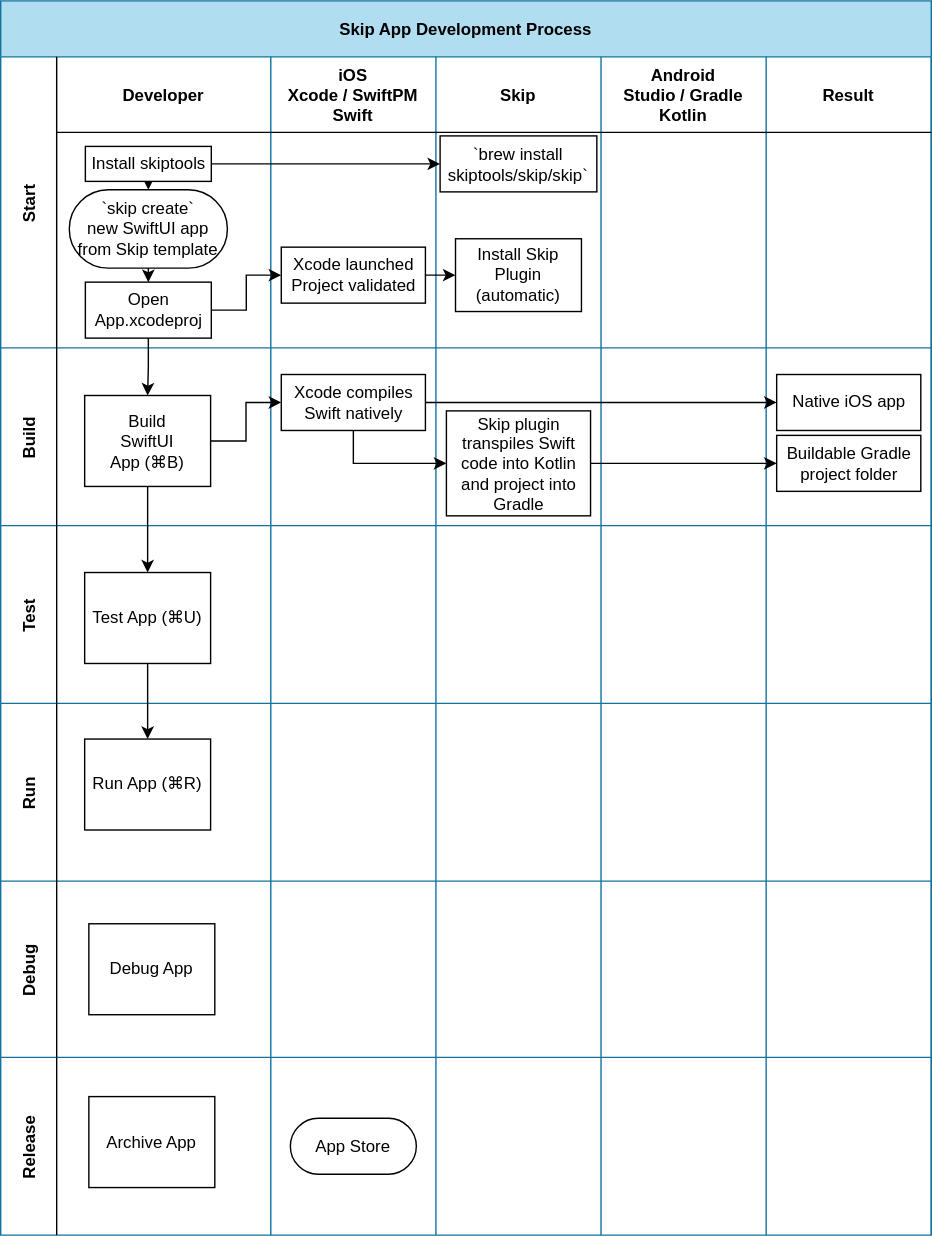
The draw.io diagram skip_dev_process.drawio.svg in skiptools/assets.skip.tools, before a commit. Source tidied: cells renumbered, new cells last; positions are measured from the earlier drawing's top-left corner, leaving out a move shared by most shapes.
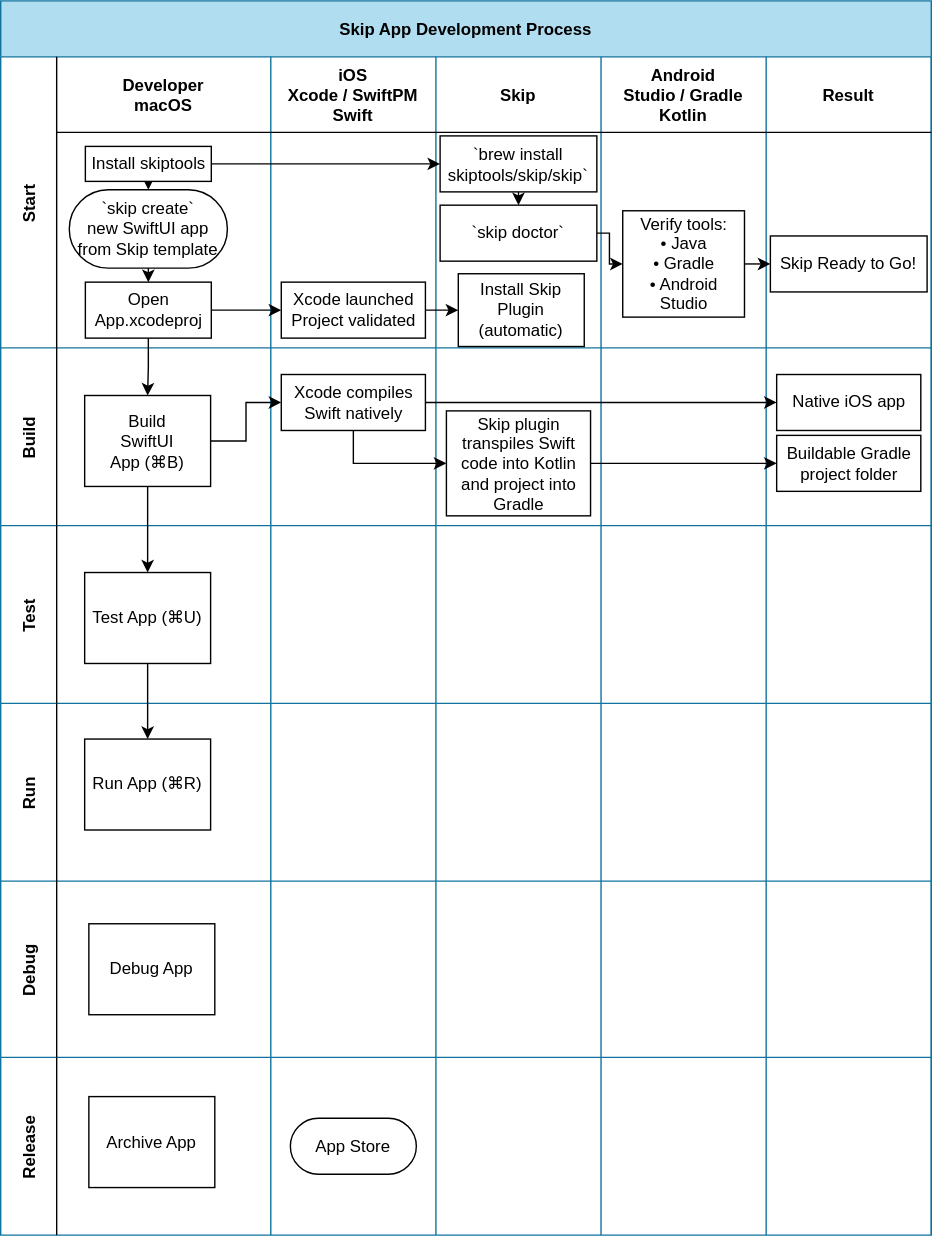
The same file after the commit.

What changed in the source:
```diff
@@ -8,7 +8,7 @@
     <mxCell id="3" value="Start" style="shape=tableRow;horizontal=0;swimlaneHead=0;swimlaneBody=0;top=0;left=0;bottom=0;right=0;fillColor=none;startSize=40;fontStyle=1;" parent="2" vertex="1">
       <mxGeometry y="40" width="665" height="208" as="geometry" />
     </mxCell>
-    <mxCell id="4" value="Developer" style="swimlane;swimlaneHead=0;swimlaneBody=0;fillColor=none;startSize=54;fontStyle=1;" parent="3" vertex="1">
+    <mxCell id="4" value="Developer&#10;macOS" style="swimlane;swimlaneHead=0;swimlaneBody=0;fillColor=none;startSize=54;fontStyle=1;" parent="3" vertex="1">
       <mxGeometry x="40" width="153" height="208" as="geometry" />
     </mxCell>
     <mxCell id="5" value="`skip create`&lt;br&gt;new SwiftUI app from Skip template" style="rounded=1;whiteSpace=wrap;html=1;arcSize=50;" parent="4" vertex="1">
@@ -30,7 +30,7 @@
       <mxGeometry x="25.5" y="5" width="90" height="40" as="geometry" />
     </mxCell>
     <mxCell id="11" value="Xcode launched&lt;br&gt;Project validated" style="rounded=0;whiteSpace=wrap;html=1;" parent="8" vertex="1">
-      <mxGeometry x="7.5" y="136" width="103" height="40" as="geometry" />
+      <mxGeometry x="7.5" y="161" width="103" height="40" as="geometry" />
     </mxCell>
     <mxCell id="12" style="edgeStyle=orthogonalEdgeStyle;rounded=0;jettySize=auto;html=1;" parent="8" edge="1" source="10" target="11">
       <mxGeometry relative="1" as="geometry" />
@@ -39,17 +39,29 @@
       <mxGeometry x="311" width="118" height="208" as="geometry" />
     </mxCell>
     <mxCell id="14" value="Install Skip&lt;br&gt;Plugin (automatic)" style="rounded=0;whiteSpace=wrap;html=1;" parent="13" vertex="1">
-      <mxGeometry x="14" y="130" width="90" height="52" as="geometry" />
+      <mxGeometry x="16" y="155" width="90" height="52" as="geometry" />
     </mxCell>
+    <mxCell id="73" style="edgeStyle=orthogonalEdgeStyle;rounded=0;jettySize=auto;html=1;exitX=0.5;exitY=1;exitDx=0;exitDy=0;entryX=0.5;entryY=0;entryDx=0;entryDy=0;" parent="13" edge="1" source="15" target="74">
+      <mxGeometry relative="1" as="geometry" />
+    </mxCell>
     <mxCell id="15" value="`brew install skiptools/skip/skip`" style="rounded=0;whiteSpace=wrap;html=1;" parent="13" vertex="1">
       <mxGeometry x="3" y="56.5" width="112" height="40" as="geometry" />
     </mxCell>
+    <mxCell id="74" value="`skip doctor`" style="rounded=0;whiteSpace=wrap;html=1;" parent="13" vertex="1">
+      <mxGeometry x="3" y="106" width="112" height="40" as="geometry" />
+    </mxCell>
     <mxCell id="16" value="Android&#10;Studio / Gradle&#10;Kotlin" style="swimlane;swimlaneHead=0;swimlaneBody=0;fillColor=none;startSize=54;fontStyle=1;" parent="3" vertex="1">
       <mxGeometry x="429" width="118" height="208" as="geometry" />
     </mxCell>
+    <mxCell id="75" value="Verify tools:&lt;br&gt;• Java&lt;br&gt;• Gradle&lt;br&gt;• Android Studio&lt;br&gt;" style="rounded=0;whiteSpace=wrap;html=1;" parent="16" vertex="1">
+      <mxGeometry x="15.5" y="110" width="87" height="76" as="geometry" />
+    </mxCell>
     <mxCell id="17" value="Result" style="swimlane;swimlaneHead=0;swimlaneBody=0;fillColor=none;startSize=54;fontStyle=1;" parent="3" vertex="1">
       <mxGeometry x="547" width="118" height="208" as="geometry" />
     </mxCell>
+    <mxCell id="76" value="Skip Ready to Go!" style="rounded=0;whiteSpace=wrap;html=1;" parent="17" vertex="1">
+      <mxGeometry x="3" y="128" width="112" height="40" as="geometry" />
+    </mxCell>
     <mxCell id="18" style="edgeStyle=orthogonalEdgeStyle;rounded=0;jettySize=auto;html=1;" parent="3" edge="1" source="11" target="14">
       <mxGeometry relative="1" as="geometry" />
     </mxCell>
@@ -59,6 +71,17 @@
     <mxCell id="20" style="edgeStyle=orthogonalEdgeStyle;rounded=0;jettySize=auto;html=1;exitX=1;exitY=0.5;exitDx=0;exitDy=0;entryX=0;entryY=0.5;entryDx=0;entryDy=0;" parent="3" edge="1" source="7" target="15">
       <mxGeometry relative="1" as="geometry" />
     </mxCell>
+    <mxCell id="77" style="edgeStyle=orthogonalEdgeStyle;rounded=0;jettySize=auto;html=1;exitX=1;exitY=0.5;exitDx=0;exitDy=0;entryX=0;entryY=0.5;entryDx=0;entryDy=0;" parent="3" edge="1" source="74" target="75">
+      <mxGeometry relative="1" as="geometry">
+        <Array as="points">
+          <mxPoint x="435" y="126" />
+          <mxPoint x="435" y="148" />
+        </Array>
+      </mxGeometry>
+    </mxCell>
+    <mxCell id="78" style="edgeStyle=orthogonalEdgeStyle;rounded=0;jettySize=auto;html=1;exitX=1;exitY=0.5;exitDx=0;exitDy=0;entryX=0;entryY=0.5;entryDx=0;entryDy=0;" parent="3" edge="1" source="75" target="76">
+      <mxGeometry relative="1" as="geometry" />
+    </mxCell>
     <mxCell id="21" value="Build" style="shape=tableRow;horizontal=0;swimlaneHead=0;swimlaneBody=0;top=0;left=0;bottom=0;right=0;fillColor=none;startSize=40;fontStyle=1;" parent="2" vertex="1">
       <mxGeometry y="248" width="665" height="127" as="geometry" />
     </mxCell>
```
